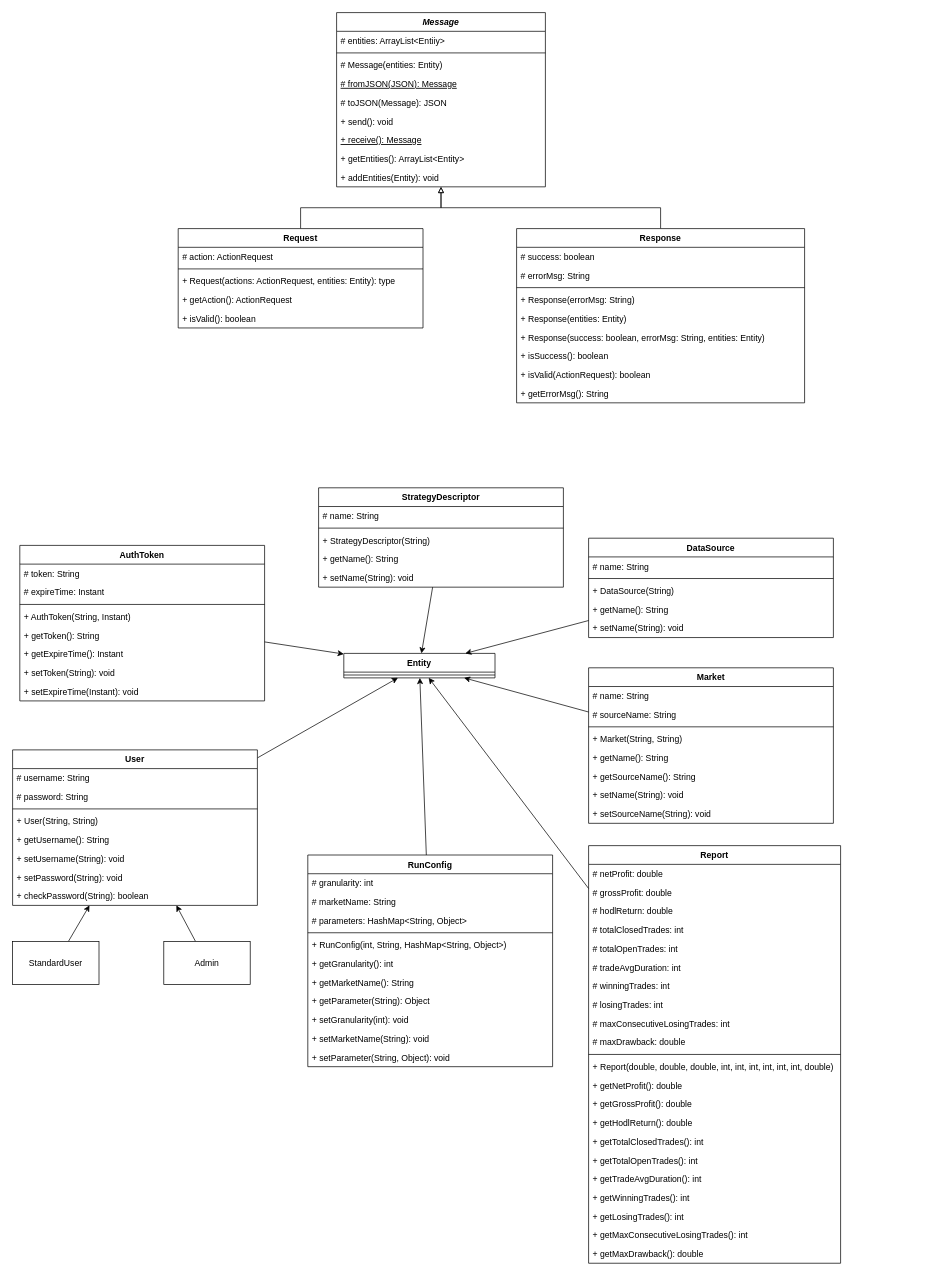
Earlier version of the draw.io diagram page "Common" (4 of 4) of drawio/project.drawio (nferrante1/lsmsd2). Source tidied: cells renumbered, new cells numbered last; positions are measured from the earlier drawing's top-left corner, leaving out a move shared by most shapes. Both pictures are drawn from the tidied source at 72%, with x=0, y=0 at pixel (12, 12).
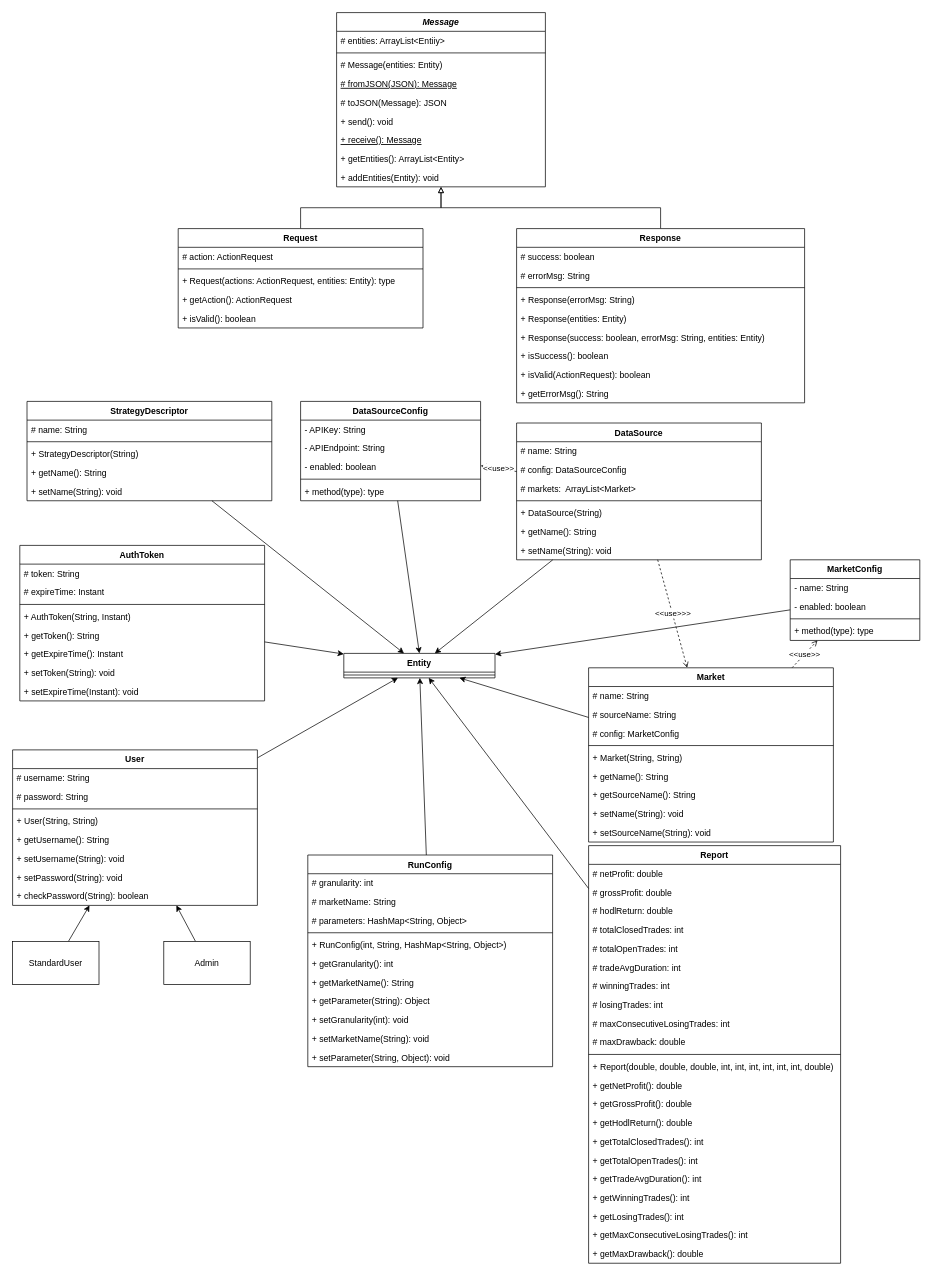
Above is the later version.

The change refers to these unchanged cells:
```xml
<mxCell id="30" value="Entity" style="swimlane;fontStyle=1;align=center;verticalAlign=top;horizontal=1;startSize=26;" parent="1" vertex="1">
  <mxGeometry x="460" y="890" width="210" height="34" as="geometry" />
</mxCell>
```

The edit, as a diff of the source:
```diff
@@
     <mxCell id="70" value="StrategyDescriptor" style="swimlane;fontStyle=1;align=center;verticalAlign=top;horizontal=1;startSize=26;" parent="1" vertex="1">
-      <mxGeometry x="425" y="660" width="340" height="138" as="geometry" />
+      <mxGeometry x="20" y="540" width="340" height="138" as="geometry" />
     </mxCell>
@@
+    <mxCell id="117" value="&amp;lt;&amp;lt;use&amp;gt;&amp;gt;" style="edgeStyle=none;rounded=0;jettySize=auto;html=1;dashed=1;endArrow=open;endFill=0;" parent="1" edge="1" source="77" target="131">
+      <mxGeometry relative="1" as="geometry" />
+    </mxCell>
     <mxCell id="77" value="Market" style="swimlane;fontStyle=1;align=center;verticalAlign=top;horizontal=1;startSize=26;" parent="1" vertex="1">
-      <mxGeometry x="800" y="910" width="340" height="216" as="geometry" />
+      <mxGeometry x="800" y="910" width="340" height="242" as="geometry" />
     </mxCell>
@@
+    <mxCell id="118" value="# config: MarketConfig" style="text;strokeColor=none;fillColor=none;align=left;verticalAlign=top;spacingLeft=4;spacingRight=4;overflow=hidden;" parent="77" vertex="1">
+      <mxGeometry y="78" width="340" height="26" as="geometry" />
+    </mxCell>
     <mxCell id="80" style="line;strokeWidth=1;fillColor=none;align=left;verticalAlign=middle;spacingTop=-1;spacingLeft=3;spacingRight=3;labelPosition=right;" parent="77" vertex="1">
-      <mxGeometry y="78" width="340" height="8" as="geometry" />
+      <mxGeometry y="104" width="340" height="8" as="geometry" />
     </mxCell>
     <mxCell id="81" value="+ Market(String, String)" style="text;strokeColor=none;fillColor=none;align=left;verticalAlign=top;spacingLeft=4;spacingRight=4;overflow=hidden;" parent="77" vertex="1">
-      <mxGeometry y="86" width="340" height="26" as="geometry" />
+      <mxGeometry y="112" width="340" height="26" as="geometry" />
     </mxCell>
     <mxCell id="82" value="+ getName(): String" style="text;strokeColor=none;fillColor=none;align=left;verticalAlign=top;spacingLeft=4;spacingRight=4;overflow=hidden;" parent="77" vertex="1">
-      <mxGeometry y="112" width="340" height="26" as="geometry" />
+      <mxGeometry y="138" width="340" height="26" as="geometry" />
     </mxCell>
     <mxCell id="83" value="+ getSourceName(): String" style="text;strokeColor=none;fillColor=none;align=left;verticalAlign=top;spacingLeft=4;spacingRight=4;overflow=hidden;" parent="77" vertex="1">
-      <mxGeometry y="138" width="340" height="26" as="geometry" />
+      <mxGeometry y="164" width="340" height="26" as="geometry" />
     </mxCell>
     <mxCell id="84" value="+ setName(String): void" style="text;strokeColor=none;fillColor=none;align=left;verticalAlign=top;spacingLeft=4;spacingRight=4;overflow=hidden;" parent="77" vertex="1">
-      <mxGeometry y="164" width="340" height="26" as="geometry" />
+      <mxGeometry y="190" width="340" height="26" as="geometry" />
     </mxCell>
     <mxCell id="85" value="+ setSourceName(String): void" style="text;strokeColor=none;fillColor=none;align=left;verticalAlign=top;spacingLeft=4;spacingRight=4;overflow=hidden;" parent="77" vertex="1">
-      <mxGeometry y="190" width="340" height="26" as="geometry" />
+      <mxGeometry y="216" width="340" height="26" as="geometry" />
     </mxCell>
@@
+    <mxCell id="119" value="&amp;lt;&amp;lt;use&amp;gt;&amp;gt;" style="edgeStyle=none;rounded=0;jettySize=auto;html=1;dashed=1;endArrow=open;endFill=0;" parent="1" edge="1" source="87" target="123">
+      <mxGeometry relative="1" as="geometry" />
+    </mxCell>
+    <mxCell id="120" value="&amp;lt;&amp;lt;use&amp;gt;&amp;gt;&amp;gt;" style="edgeStyle=none;rounded=0;jettySize=auto;html=1;dashed=1;endArrow=open;endFill=0;" parent="1" edge="1" source="87" target="77">
+      <mxGeometry relative="1" as="geometry" />
+    </mxCell>
     <mxCell id="87" value="DataSource" style="swimlane;fontStyle=1;align=center;verticalAlign=top;horizontal=1;startSize=26;" parent="1" vertex="1">
-      <mxGeometry x="800" y="730" width="340" height="138" as="geometry" />
+      <mxGeometry x="700" y="570" width="340" height="190" as="geometry" />
     </mxCell>
@@
+    <mxCell id="121" value="# config: DataSourceConfig" style="text;strokeColor=none;fillColor=none;align=left;verticalAlign=top;spacingLeft=4;spacingRight=4;overflow=hidden;" parent="87" vertex="1">
+      <mxGeometry y="52" width="340" height="26" as="geometry" />
+    </mxCell>
+    <mxCell id="122" value="# markets:  ArrayList&lt;Market&gt;" style="text;strokeColor=none;fillColor=none;align=left;verticalAlign=top;spacingLeft=4;spacingRight=4;overflow=hidden;" parent="87" vertex="1">
+      <mxGeometry y="78" width="340" height="26" as="geometry" />
+    </mxCell>
     <mxCell id="89" style="line;strokeWidth=1;fillColor=none;align=left;verticalAlign=middle;spacingTop=-1;spacingLeft=3;spacingRight=3;labelPosition=right;" parent="87" vertex="1">
-      <mxGeometry y="52" width="340" height="8" as="geometry" />
+      <mxGeometry y="104" width="340" height="8" as="geometry" />
     </mxCell>
     <mxCell id="90" value="+ DataSource(String)" style="text;strokeColor=none;fillColor=none;align=left;verticalAlign=top;spacingLeft=4;spacingRight=4;overflow=hidden;" parent="87" vertex="1">
-      <mxGeometry y="60" width="340" height="26" as="geometry" />
+      <mxGeometry y="112" width="340" height="26" as="geometry" />
     </mxCell>
     <mxCell id="91" value="+ getName(): String" style="text;strokeColor=none;fillColor=none;align=left;verticalAlign=top;spacingLeft=4;spacingRight=4;overflow=hidden;" parent="87" vertex="1">
-      <mxGeometry y="86" width="340" height="26" as="geometry" />
+      <mxGeometry y="138" width="340" height="26" as="geometry" />
     </mxCell>
     <mxCell id="92" value="+ setName(String): void" style="text;strokeColor=none;fillColor=none;align=left;verticalAlign=top;spacingLeft=4;spacingRight=4;overflow=hidden;" parent="87" vertex="1">
-      <mxGeometry y="112" width="340" height="26" as="geometry" />
+      <mxGeometry y="164" width="340" height="26" as="geometry" />
     </mxCell>
@@
+    <mxCell id="123" value="DataSourceConfig" style="swimlane;fontStyle=1;align=center;verticalAlign=top;horizontal=1;startSize=26;" parent="1" vertex="1">
+      <mxGeometry x="400" y="540" width="250" height="138" as="geometry" />
+    </mxCell>
+    <mxCell id="124" value="- APIKey: String" style="text;strokeColor=none;fillColor=none;align=left;verticalAlign=top;spacingLeft=4;spacingRight=4;overflow=hidden;" parent="123" vertex="1">
+      <mxGeometry y="26" width="250" height="26" as="geometry" />
+    </mxCell>
+    <mxCell id="125" value="- APIEndpoint: String" style="text;strokeColor=none;fillColor=none;align=left;verticalAlign=top;spacingLeft=4;spacingRight=4;overflow=hidden;" parent="123" vertex="1">
+      <mxGeometry y="52" width="250" height="26" as="geometry" />
+    </mxCell>
+    <mxCell id="126" value="- enabled: boolean" style="text;strokeColor=none;fillColor=none;align=left;verticalAlign=top;spacingLeft=4;spacingRight=4;overflow=hidden;" parent="123" vertex="1">
+      <mxGeometry y="78" width="250" height="26" as="geometry" />
+    </mxCell>
+    <mxCell id="127" style="line;strokeWidth=1;fillColor=none;align=left;verticalAlign=middle;spacingTop=-1;spacingLeft=3;spacingRight=3;labelPosition=right;" parent="123" vertex="1">
+      <mxGeometry y="104" width="250" height="8" as="geometry" />
+    </mxCell>
+    <mxCell id="128" value="+ method(type): type" style="text;strokeColor=none;fillColor=none;align=left;verticalAlign=top;spacingLeft=4;spacingRight=4;overflow=hidden;" parent="123" vertex="1">
+      <mxGeometry y="112" width="250" height="26" as="geometry" />
+    </mxCell>
+    <mxCell id="129" style="rounded=0;jettySize=auto;html=1;entryX=0.5;entryY=0;entryDx=0;entryDy=0;" parent="1" edge="1" source="123" target="30">
+      <mxGeometry relative="1" as="geometry" />
+    </mxCell>
+    <mxCell id="130" style="edgeStyle=none;rounded=0;jettySize=auto;html=1;" parent="1" edge="1" source="131" target="30">
+      <mxGeometry relative="1" as="geometry" />
+    </mxCell>
+    <mxCell id="131" value="MarketConfig" style="swimlane;fontStyle=1;align=center;verticalAlign=top;horizontal=1;startSize=26;" parent="1" vertex="1">
+      <mxGeometry x="1080" y="760" width="180" height="112" as="geometry" />
+    </mxCell>
+    <mxCell id="132" value="- name: String" style="text;strokeColor=none;fillColor=none;align=left;verticalAlign=top;spacingLeft=4;spacingRight=4;overflow=hidden;" parent="131" vertex="1">
+      <mxGeometry y="26" width="180" height="26" as="geometry" />
+    </mxCell>
+    <mxCell id="133" value="- enabled: boolean" style="text;strokeColor=none;fillColor=none;align=left;verticalAlign=top;spacingLeft=4;spacingRight=4;overflow=hidden;" parent="131" vertex="1">
+      <mxGeometry y="52" width="180" height="26" as="geometry" />
+    </mxCell>
+    <mxCell id="134" style="line;strokeWidth=1;fillColor=none;align=left;verticalAlign=middle;spacingTop=-1;spacingLeft=3;spacingRight=3;labelPosition=right;" parent="131" vertex="1">
+      <mxGeometry y="78" width="180" height="8" as="geometry" />
+    </mxCell>
+    <mxCell id="135" value="+ method(type): type" style="text;strokeColor=none;fillColor=none;align=left;verticalAlign=top;spacingLeft=4;spacingRight=4;overflow=hidden;" parent="131" vertex="1">
+      <mxGeometry y="86" width="180" height="26" as="geometry" />
+    </mxCell>
```
